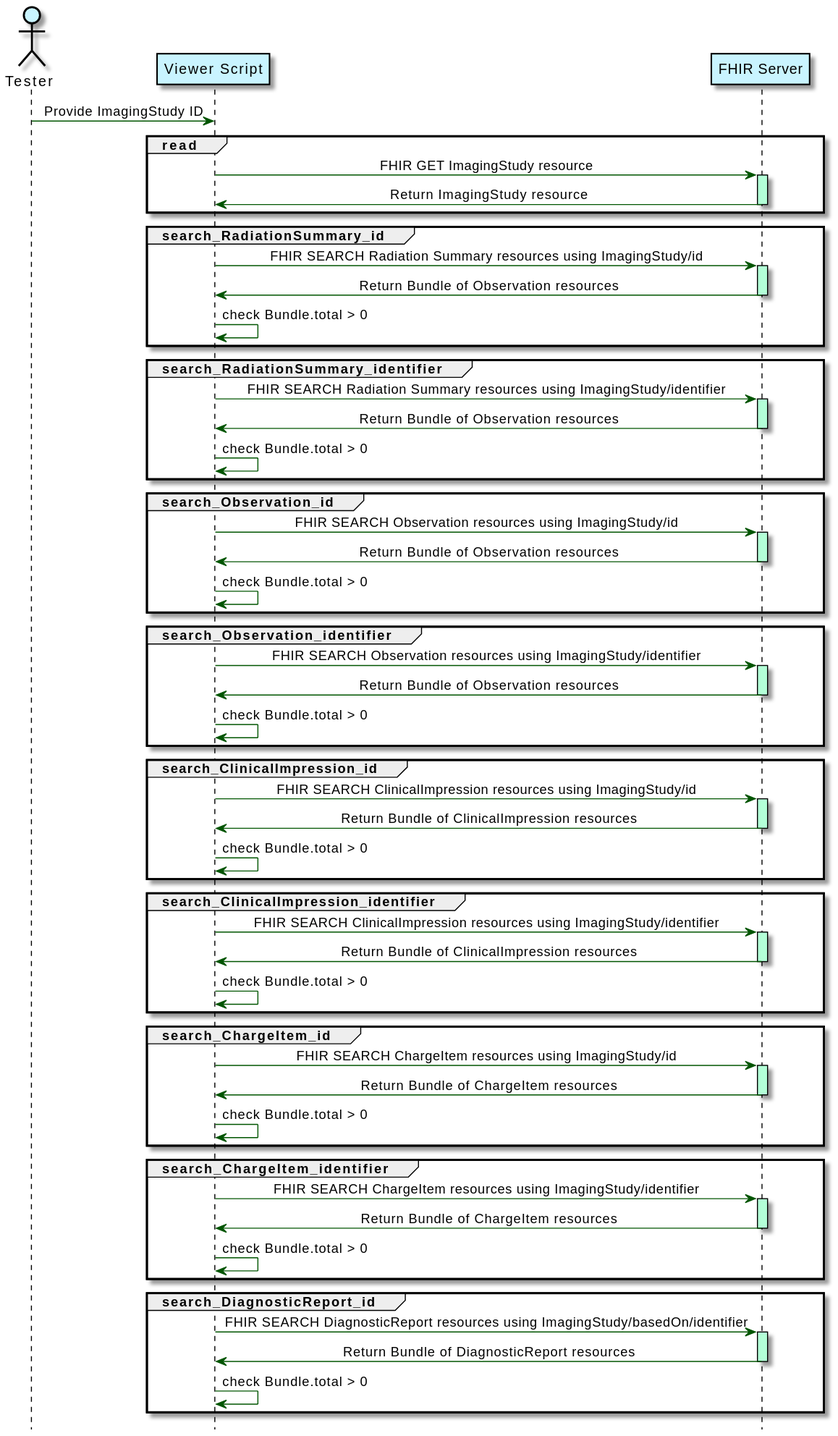
This is documentation/associatedResources.svg from aboufahj/imagingtrack-testscripts, a PlantUML export, as it was before one commit. Source of this version:
```plantuml
@startuml
hide footbox
skinparam sequenceMessageAlign center
skinparam sequence {
  ArrowColor #005500
  LifeLineBorderColor Black
  ActorFontColor Black
  ActorBorderColor Black
  ParticipantBorderColor Black
  ParticipantBackgroundColor #c9f4ff
  ActorBackgroundColor #c9f4ff
}

actor "Tester" as tester
participant "Viewer Script" as viewer
participant "FHIR Server" as server

tester -> viewer : Provide ImagingStudy ID

group read
  viewer -> server : FHIR GET ImagingStudy resource
  activate server #b3ffd7
  server  -> viewer: Return ImagingStudy resource
  deactivate server
end

group search_RadiationSummary_id
  viewer -> server : FHIR SEARCH Radiation Summary resources using ImagingStudy/id
  activate server #b3ffd7
  server  -> viewer: Return Bundle of Observation resources
  deactivate server

  viewer -> viewer : check Bundle.total > 0
end

group search_RadiationSummary_identifier
  viewer -> server : FHIR SEARCH Radiation Summary resources using ImagingStudy/identifier
  activate server #b3ffd7
  server  -> viewer: Return Bundle of Observation resources
  deactivate server
  viewer -> viewer : check Bundle.total > 0
end

group search_Observation_id
  viewer -> server : FHIR SEARCH Observation resources using ImagingStudy/id
  activate server #b3ffd7
  server  -> viewer: Return Bundle of Observation resources
  deactivate server

  viewer -> viewer : check Bundle.total > 0
end

group search_Observation_identifier
  viewer -> server : FHIR SEARCH Observation resources using ImagingStudy/identifier
  activate server #b3ffd7
  server  -> viewer: Return Bundle of Observation resources
  deactivate server

  viewer -> viewer : check Bundle.total > 0
end

group search_ClinicalImpression_id
  viewer -> server : FHIR SEARCH ClinicalImpression resources using ImagingStudy/id
  activate server #b3ffd7
  server  -> viewer: Return Bundle of ClinicalImpression resources
  deactivate server

  viewer -> viewer : check Bundle.total > 0
end

group search_ClinicalImpression_identifier
  viewer -> server : FHIR SEARCH ClinicalImpression resources using ImagingStudy/identifier
  activate server #b3ffd7
  server  -> viewer: Return Bundle of ClinicalImpression resources
  deactivate server

  viewer -> viewer : check Bundle.total > 0
end

group search_ChargeItem_id
  viewer -> server : FHIR SEARCH ChargeItem resources using ImagingStudy/id
  activate server #b3ffd7
  server  -> viewer: Return Bundle of ChargeItem resources
  deactivate server

  viewer -> viewer : check Bundle.total > 0
end

group search_ChargeItem_identifier
  viewer -> server : FHIR SEARCH ChargeItem resources using ImagingStudy/identifier
  activate server #b3ffd7
  server  -> viewer: Return Bundle of ChargeItem resources
  deactivate server

  viewer -> viewer : check Bundle.total > 0
end

group search_DiagnosticReport_id
  viewer -> server : FHIR SEARCH DiagnosticReport resources using ImagingStudy/basedOn/identifier
  activate server #b3ffd7
  server  -> viewer: Return Bundle of DiagnosticReport resources
  deactivate server

  viewer -> viewer : check Bundle.total > 0
end
@enduml
```
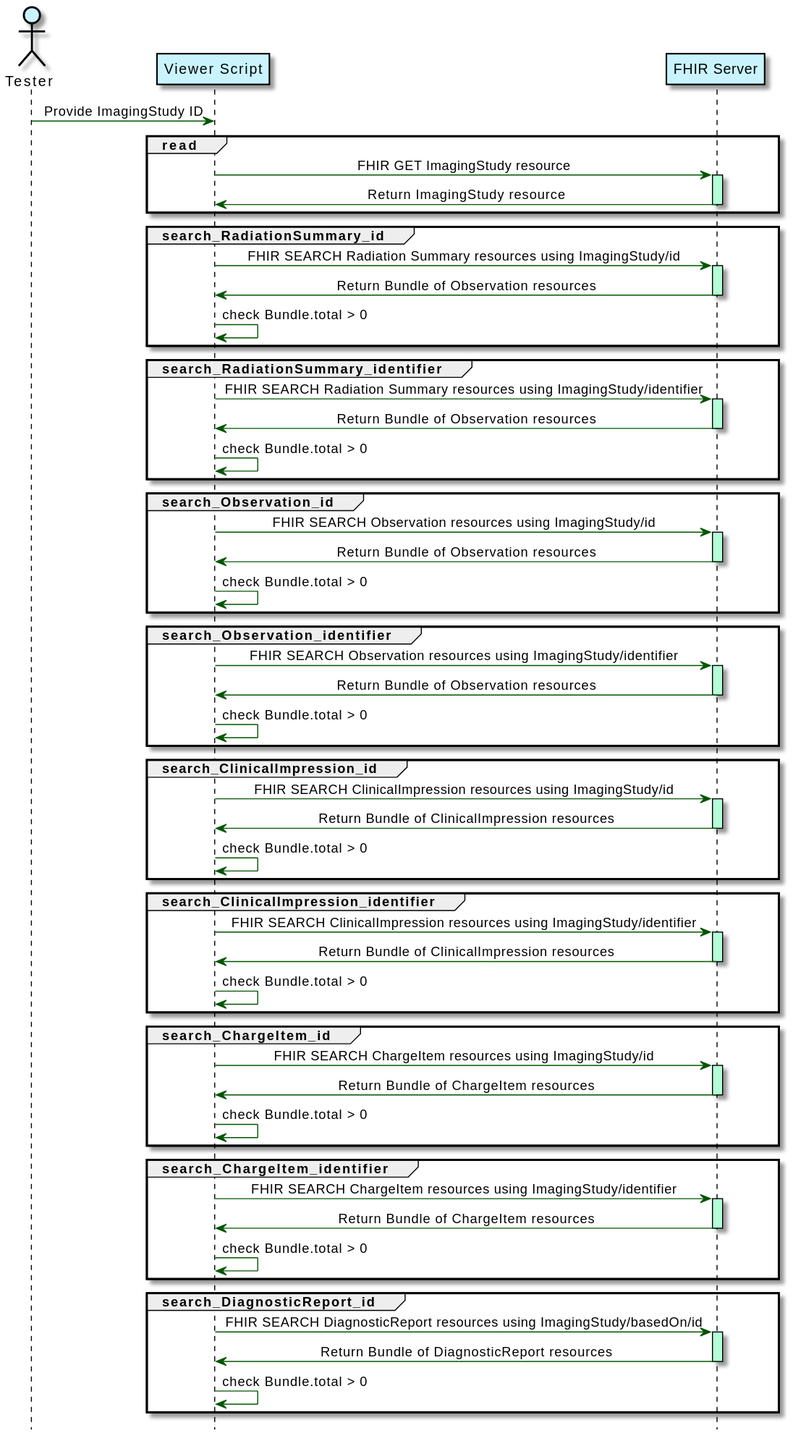
Later version of the same file.

Commit message:
dix diagram and docs

The edit, as a diff of the source:
```diff
@@ -96,7 +96,7 @@
 end
 
 group search_DiagnosticReport_id
-  viewer -> server : FHIR SEARCH DiagnosticReport resources using ImagingStudy/basedOn/identifier
+  viewer -> server : FHIR SEARCH DiagnosticReport resources using ImagingStudy/basedOn/id
   activate server #b3ffd7
   server  -> viewer: Return Bundle of DiagnosticReport resources
   deactivate server
```
